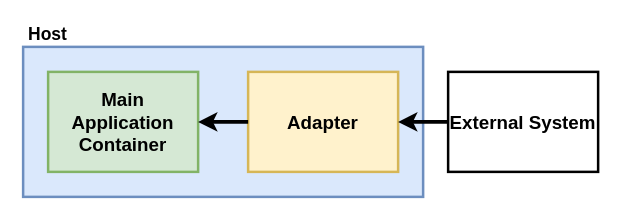
Above: diagrams/draw_io/adapter_small.drawio in wuyichen24/system-design-knowledge (draw.io), before the change. Source tidied: cells renumbered, new cells numbered last; positions are measured from the earlier drawing's top-left corner, leaving out a move shared by most shapes. Both pictures are drawn from the tidied source at 125%, with x=0, y=0 at pixel (22, 21).
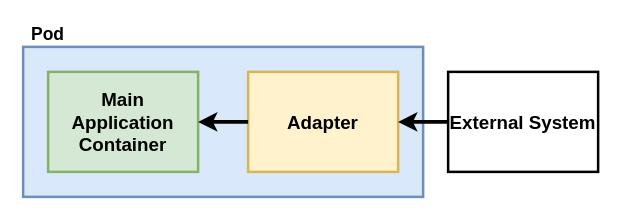
After the change.

Commit message (it also covers changes not shown here):
change diagram for ambassador, adapter and sidecar

The edit, as a diff of the source:
```diff
@@
 <mxGraphModel>
   <root>
     <mxCell id="0" />
     <mxCell id="1" parent="0" />
     <mxCell id="2" style="rounded=0;whiteSpace=wrap;html=1;strokeWidth=2;fillColor=#dae8fc;strokeColor=#6c8ebf;" parent="1" vertex="1">
       <mxGeometry y="20" width="320" height="120" as="geometry" />
     </mxCell>
     <mxCell id="3" value="&lt;font size=&quot;1&quot;&gt;&lt;b style=&quot;font-size: 15px&quot;&gt;Main Application Container&lt;/b&gt;&lt;/font&gt;" style="rounded=0;whiteSpace=wrap;html=1;strokeWidth=2;fillColor=#d5e8d4;strokeColor=#82b366;" parent="1" vertex="1">
       <mxGeometry x="20" y="40" width="120" height="80" as="geometry" />
     </mxCell>
     <mxCell id="4" value="&lt;span style=&quot;font-size: 15px&quot;&gt;&lt;b&gt;Adapter&lt;/b&gt;&lt;/span&gt;" style="rounded=0;whiteSpace=wrap;html=1;strokeWidth=2;fillColor=#fff2cc;strokeColor=#d6b656;" parent="1" vertex="1">
       <mxGeometry x="180" y="40" width="120" height="80" as="geometry" />
     </mxCell>
     <mxCell id="5" style="endArrow=none;html=1;strokeWidth=3;exitX=1;exitY=0.5;exitDx=0;exitDy=0;entryX=0;entryY=0.5;entryDx=0;entryDy=0;endFill=0;startArrow=classic;startFill=1;" parent="1" edge="1" source="3" target="4">
       <mxGeometry relative="1" as="geometry" />
     </mxCell>
     <mxCell id="6" style="endArrow=none;html=1;strokeWidth=3;exitX=1;exitY=0.5;exitDx=0;exitDy=0;entryX=0;entryY=0.5;entryDx=0;entryDy=0;startArrow=classic;startFill=1;endFill=0;" parent="1" edge="1" source="4" target="7">
       <mxGeometry relative="1" as="geometry" />
     </mxCell>
     <mxCell id="7" value="&lt;font size=&quot;1&quot;&gt;&lt;b style=&quot;font-size: 15px&quot;&gt;External System&lt;/b&gt;&lt;/font&gt;" style="rounded=0;whiteSpace=wrap;html=1;strokeWidth=2;" parent="1" vertex="1">
       <mxGeometry x="340" y="40" width="120" height="80" as="geometry" />
     </mxCell>
-    <mxCell id="8" value="&lt;font style=&quot;font-size: 14px&quot;&gt;&lt;b&gt;Host&lt;/b&gt;&lt;/font&gt;" style="text;html=1;strokeColor=none;fillColor=none;align=center;verticalAlign=middle;whiteSpace=wrap;rounded=0;" parent="1" vertex="1">
+    <mxCell id="8" value="&lt;span style=&quot;font-size: 14px&quot;&gt;&lt;b&gt;Pod&lt;/b&gt;&lt;/span&gt;" style="text;html=1;strokeColor=none;fillColor=none;align=center;verticalAlign=middle;whiteSpace=wrap;rounded=0;" parent="1" vertex="1">
       <mxGeometry width="40" height="20" as="geometry" />
     </mxCell>
   </root>
 </mxGraphModel>
```
